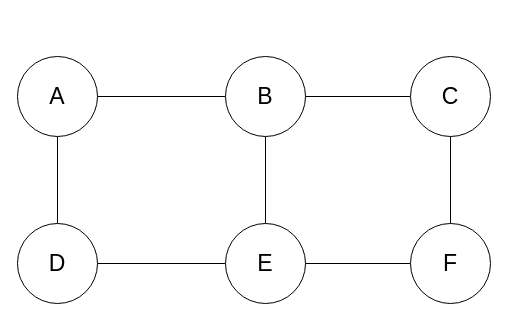
Earlier version of the draw.io diagram 测试.drawio (ZYNsama666/BackUp). Source tidied: cells renumbered, new cells numbered last; positions are measured from the earlier drawing's top-left corner, leaving out a move shared by most shapes. Both pictures are drawn from the tidied source at 100%, with x=0, y=0 at pixel (17, 56).
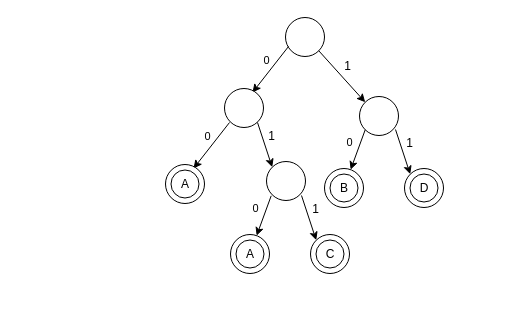
The same page after the edit.

What changed in the source:
```diff
@@
-    <mxCell id="2" style="edgeStyle=orthogonalEdgeStyle;rounded=0;jettySize=auto;html=1;entryX=0;entryY=0.5;entryDx=0;entryDy=0;endArrow=none;endFill=0;" parent="1" edge="1" source="4" target="7">
-      <mxGeometry relative="1" as="geometry" />
-    </mxCell>
-    <mxCell id="3" style="edgeStyle=orthogonalEdgeStyle;rounded=0;jettySize=auto;html=1;endArrow=none;endFill=0;" parent="1" edge="1" source="4" target="9">
-      <mxGeometry relative="1" as="geometry" />
-    </mxCell>
-    <mxCell id="4" value="&lt;font style=&quot;font-size: 23px;&quot;&gt;A&lt;/font&gt;" style="ellipse;whiteSpace=wrap;html=1;" parent="1" vertex="1">
-      <mxGeometry width="80" height="80" as="geometry" />
-    </mxCell>
-    <mxCell id="5" style="edgeStyle=orthogonalEdgeStyle;rounded=0;jettySize=auto;html=1;entryX=0;entryY=0.5;entryDx=0;entryDy=0;endArrow=none;endFill=0;" parent="1" edge="1" source="7" target="14">
-      <mxGeometry relative="1" as="geometry" />
-    </mxCell>
-    <mxCell id="6" style="edgeStyle=orthogonalEdgeStyle;rounded=0;jettySize=auto;html=1;endArrow=none;endFill=0;" parent="1" edge="1" source="7" target="13">
-      <mxGeometry relative="1" as="geometry" />
-    </mxCell>
+    <mxCell id="15" style="ellipse;whiteSpace=wrap;html=1;" parent="1" vertex="1">
+      <mxGeometry x="268" y="-39" width="39" height="39" as="geometry" />
+    </mxCell>
+    <mxCell id="16" style="ellipse;whiteSpace=wrap;html=1;" parent="1" vertex="1">
+      <mxGeometry x="342" y="40" width="39" height="39" as="geometry" />
+    </mxCell>
+    <mxCell id="17" style="endArrow=classic;html=1;rounded=0;exitX=1;exitY=1;exitDx=0;exitDy=0;entryX=0;entryY=0;entryDx=0;entryDy=0;" parent="1" edge="1" source="15" target="16">
+      <mxGeometry relative="1" as="geometry" />
+    </mxCell>
+    <mxCell id="18" value="1" style="text;html=1;align=center;verticalAlign=middle;strokeColor=none;fillColor=none;" parent="1" vertex="1">
+      <mxGeometry x="317" y="-3" width="25" height="26" as="geometry" />
+    </mxCell>
+    <mxCell id="19" style="ellipse;whiteSpace=wrap;html=1;" parent="1" vertex="1">
+      <mxGeometry x="387" y="112" width="39" height="39" as="geometry" />
+    </mxCell>
+    <mxCell id="20" style="endArrow=classic;html=1;rounded=0;exitX=1;exitY=1;exitDx=0;exitDy=0;entryX=0;entryY=0;entryDx=0;entryDy=0;" parent="1" edge="1" target="19">
+      <mxGeometry relative="1" as="geometry">
+        <mxPoint x="378" y="73" as="sourcePoint" />
+      </mxGeometry>
+    </mxCell>
+    <mxCell id="21" value="1" style="text;html=1;align=center;verticalAlign=middle;strokeColor=none;fillColor=none;" parent="1" vertex="1">
+      <mxGeometry x="379" y="74" width="25" height="26" as="geometry" />
+    </mxCell>
+    <mxCell id="22" style="endArrow=classic;html=1;rounded=0;exitX=0;exitY=1;exitDx=0;exitDy=0;" parent="1" edge="1" source="16" target="24">
+      <mxGeometry relative="1" as="geometry" />
+    </mxCell>
+    <mxCell id="23" value="0" style="edgeLabel;html=1;align=center;verticalAlign=middle;" parent="22" vertex="1">
+      <mxGeometry x="-0.4" y="-3" relative="1" as="geometry">
+        <mxPoint x="-9" y="1" as="offset" />
+      </mxGeometry>
+    </mxCell>
+    <mxCell id="24" style="ellipse;whiteSpace=wrap;html=1;" parent="1" vertex="1">
+      <mxGeometry x="307" y="112" width="39" height="39" as="geometry" />
+    </mxCell>
+    <mxCell id="25" style="endArrow=classic;html=1;rounded=0;exitX=0;exitY=1;exitDx=0;exitDy=0;" parent="1" edge="1">
+      <mxGeometry relative="1" as="geometry">
+        <mxPoint x="271" y="-10" as="sourcePoint" />
+        <mxPoint x="235" y="36" as="targetPoint" />
+      </mxGeometry>
+    </mxCell>
+    <mxCell id="26" value="0" style="edgeLabel;html=1;align=center;verticalAlign=middle;" parent="25" vertex="1">
+      <mxGeometry x="-0.4" y="-3" relative="1" as="geometry">
+        <mxPoint x="-9" y="1" as="offset" />
+      </mxGeometry>
+    </mxCell>
+    <mxCell id="27" style="ellipse;whiteSpace=wrap;html=1;" parent="1" vertex="1">
+      <mxGeometry x="207" y="32" width="39" height="39" as="geometry" />
+    </mxCell>
+    <mxCell id="28" style="endArrow=classic;html=1;rounded=0;exitX=0;exitY=1;exitDx=0;exitDy=0;" parent="1" edge="1">
+      <mxGeometry relative="1" as="geometry">
+        <mxPoint x="212" y="66" as="sourcePoint" />
+        <mxPoint x="176" y="112" as="targetPoint" />
+      </mxGeometry>
+    </mxCell>
+    <mxCell id="29" value="0" style="edgeLabel;html=1;align=center;verticalAlign=middle;" parent="28" vertex="1">
+      <mxGeometry x="-0.4" y="-3" relative="1" as="geometry">
+        <mxPoint x="-9" y="1" as="offset" />
+      </mxGeometry>
+    </mxCell>
+    <mxCell id="30" style="ellipse;whiteSpace=wrap;html=1;" parent="1" vertex="1">
+      <mxGeometry x="148" y="108" width="39" height="39" as="geometry" />
+    </mxCell>
+    <mxCell id="31" style="ellipse;whiteSpace=wrap;html=1;" parent="1" vertex="1">
+      <mxGeometry x="249" y="105" width="39" height="39" as="geometry" />
+    </mxCell>
+    <mxCell id="32" style="endArrow=classic;html=1;rounded=0;exitX=1;exitY=1;exitDx=0;exitDy=0;entryX=0;entryY=0;entryDx=0;entryDy=0;" parent="1" edge="1" target="31">
+      <mxGeometry relative="1" as="geometry">
+        <mxPoint x="240" y="66" as="sourcePoint" />
+      </mxGeometry>
+    </mxCell>
+    <mxCell id="33" value="1" style="text;html=1;align=center;verticalAlign=middle;strokeColor=none;fillColor=none;" parent="1" vertex="1">
+      <mxGeometry x="241" y="67" width="25" height="26" as="geometry" />
+    </mxCell>
+    <mxCell id="34" style="ellipse;whiteSpace=wrap;html=1;" parent="1" vertex="1">
+      <mxGeometry x="293" y="178" width="39" height="39" as="geometry" />
+    </mxCell>
+    <mxCell id="35" style="endArrow=classic;html=1;rounded=0;exitX=1;exitY=1;exitDx=0;exitDy=0;entryX=0;entryY=0;entryDx=0;entryDy=0;" parent="1" edge="1" target="34">
+      <mxGeometry relative="1" as="geometry">
+        <mxPoint x="284" y="139" as="sourcePoint" />
+      </mxGeometry>
+    </mxCell>
+    <mxCell id="36" value="1" style="text;html=1;align=center;verticalAlign=middle;strokeColor=none;fillColor=none;" parent="1" vertex="1">
+      <mxGeometry x="285" y="140" width="25" height="26" as="geometry" />
+    </mxCell>
+    <mxCell id="37" style="endArrow=classic;html=1;rounded=0;exitX=0;exitY=1;exitDx=0;exitDy=0;" parent="1" edge="1" target="39">
+      <mxGeometry relative="1" as="geometry">
+        <mxPoint x="253.7" y="139.3" as="sourcePoint" />
+      </mxGeometry>
+    </mxCell>
+    <mxCell id="38" value="0" style="edgeLabel;html=1;align=center;verticalAlign=middle;" parent="37" vertex="1">
+      <mxGeometry x="-0.4" y="-3" relative="1" as="geometry">
+        <mxPoint x="-9" y="1" as="offset" />
+      </mxGeometry>
+    </mxCell>
+    <mxCell id="39" style="ellipse;whiteSpace=wrap;html=1;" parent="1" vertex="1">
+      <mxGeometry x="213" y="178" width="39" height="39" as="geometry" />
+    </mxCell>
+    <mxCell id="40" value="A" style="ellipse;whiteSpace=wrap;html=1;" parent="1" vertex="1">
+      <mxGeometry x="153.5" y="113.5" width="28" height="28" as="geometry" />
+    </mxCell>
+    <mxCell id="41" value="A" style="ellipse;whiteSpace=wrap;html=1;" parent="1" vertex="1">
+      <mxGeometry x="218.5" y="183.5" width="28" height="28" as="geometry" />
+    </mxCell>
+    <mxCell id="14" value="C" style="ellipse;whiteSpace=wrap;html=1;" parent="1" vertex="1">
+      <mxGeometry x="298.5" y="183.5" width="28" height="28" as="geometry" />
+    </mxCell>
-    <mxCell id="7" value="&lt;font style=&quot;font-size: 23px;&quot;&gt;B&lt;/font&gt;" style="ellipse;whiteSpace=wrap;html=1;" parent="1" vertex="1">
-      <mxGeometry x="208" width="80" height="80" as="geometry" />
+    <mxCell id="7" value="B" style="ellipse;whiteSpace=wrap;html=1;" parent="1" vertex="1">
+      <mxGeometry x="312.5" y="117.5" width="28" height="28" as="geometry" />
     </mxCell>
-    <mxCell id="8" style="edgeStyle=orthogonalEdgeStyle;rounded=0;jettySize=auto;html=1;entryX=0;entryY=0.5;entryDx=0;entryDy=0;endArrow=none;endFill=0;" parent="1" edge="1" source="9" target="13">
-      <mxGeometry relative="1" as="geometry" />
-    </mxCell>
-    <mxCell id="9" value="&lt;font style=&quot;font-size: 23px;&quot;&gt;D&lt;/font&gt;" style="ellipse;whiteSpace=wrap;html=1;" parent="1" vertex="1">
-      <mxGeometry y="167" width="80" height="80" as="geometry" />
+    <mxCell id="9" value="D" style="ellipse;whiteSpace=wrap;html=1;" parent="1" vertex="1">
+      <mxGeometry x="392.5" y="117.5" width="28" height="28" as="geometry" />
     </mxCell>
-    <mxCell id="10" style="edgeStyle=orthogonalEdgeStyle;rounded=0;jettySize=auto;html=1;endArrow=none;endFill=0;" parent="1" edge="1" source="12" target="14">
-      <mxGeometry relative="1" as="geometry" />
-    </mxCell>
-    <mxCell id="11" style="edgeStyle=orthogonalEdgeStyle;rounded=0;jettySize=auto;html=1;endArrow=none;endFill=0;" parent="1" edge="1" source="12" target="13">
-      <mxGeometry relative="1" as="geometry" />
-    </mxCell>
-    <mxCell id="12" value="&lt;font style=&quot;font-size: 23px;&quot;&gt;F&lt;/font&gt;" style="ellipse;whiteSpace=wrap;html=1;" parent="1" vertex="1">
-      <mxGeometry x="393" y="167" width="80" height="80" as="geometry" />
-    </mxCell>
-    <mxCell id="13" value="&lt;font style=&quot;font-size: 23px;&quot;&gt;E&lt;/font&gt;" style="ellipse;whiteSpace=wrap;html=1;" parent="1" vertex="1">
-      <mxGeometry x="208" y="167" width="80" height="80" as="geometry" />
-    </mxCell>
-    <mxCell id="14" value="&lt;font style=&quot;font-size: 23px;&quot;&gt;C&lt;/font&gt;" style="ellipse;whiteSpace=wrap;html=1;" parent="1" vertex="1">
-      <mxGeometry x="393" width="80" height="80" as="geometry" />
-    </mxCell>
```
